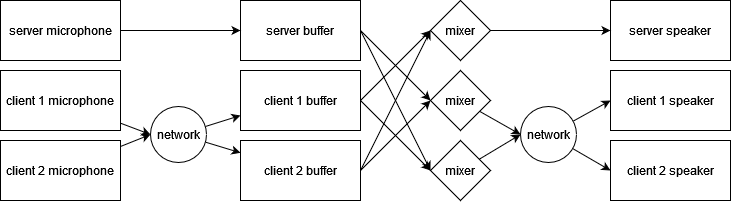
This is diagrams/audio_mixer.png from jacopograndi/thesis, a draw.io export, as it was before one commit. Source tidied: cells renumbered, new cells last; positions are measured from the earlier drawing's top-left corner, leaving out a move shared by most shapes.
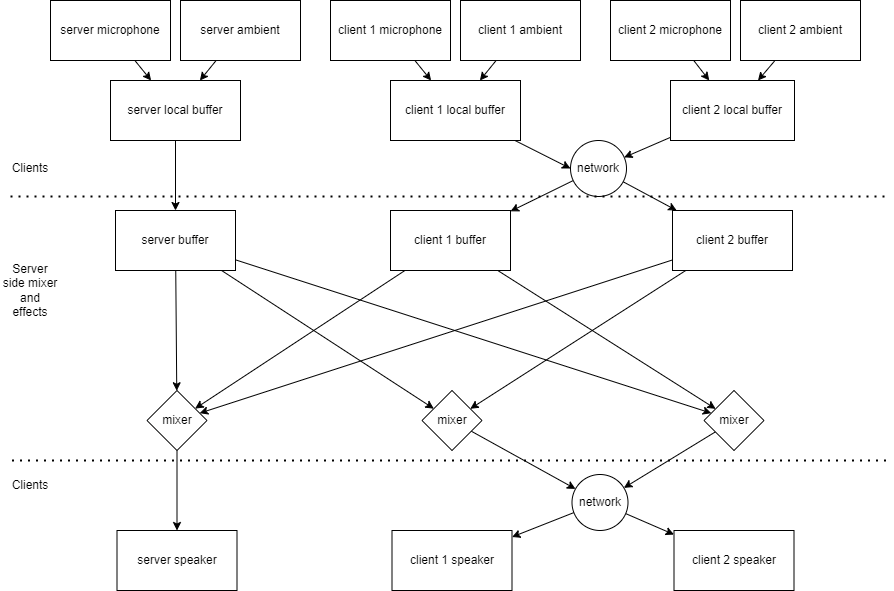
After the change.

Commit message:
audio, integration of traffic and radio, noise, conclusion addedndum and modification

The edit, as a diff of the source:
```diff
@@ -2,97 +2,155 @@
   <root>
     <mxCell id="0" />
     <mxCell id="1" parent="0" />
-    <mxCell id="2" style="edgeStyle=none;rounded=0;jettySize=auto;html=1;entryX=0;entryY=0.5;entryDx=0;entryDy=0;exitX=1;exitY=0.5;exitDx=0;exitDy=0;" parent="1" edge="1" source="4" target="27">
-      <mxGeometry relative="1" as="geometry" />
-    </mxCell>
-    <mxCell id="3" style="edgeStyle=none;rounded=0;jettySize=auto;html=1;entryX=0;entryY=0.5;entryDx=0;entryDy=0;exitX=1;exitY=0.5;exitDx=0;exitDy=0;" parent="1" edge="1" source="4" target="29">
+    <mxCell id="3" style="edgeStyle=none;rounded=0;jettySize=auto;html=1;" parent="1" edge="1" source="4" target="29">
       <mxGeometry relative="1" as="geometry" />
     </mxCell>
+    <mxCell id="32" style="edgeStyle=none;rounded=0;jettySize=auto;html=1;" parent="1" edge="1" source="4" target="31">
+      <mxGeometry relative="1" as="geometry" />
+    </mxCell>
     <mxCell id="4" value="client 1 buffer" style="rounded=0;whiteSpace=wrap;html=1;" parent="1" vertex="1">
-      <mxGeometry x="240" y="70" width="120" height="60" as="geometry" />
+      <mxGeometry x="450" y="-30" width="120" height="60" as="geometry" />
     </mxCell>
-    <mxCell id="5" style="edgeStyle=none;rounded=0;jettySize=auto;html=1;exitX=1;exitY=0.5;exitDx=0;exitDy=0;entryX=0;entryY=0.5;entryDx=0;entryDy=0;" parent="1" edge="1" source="7" target="31">
-      <mxGeometry relative="1" as="geometry" />
-    </mxCell>
-    <mxCell id="6" style="edgeStyle=none;rounded=0;jettySize=auto;html=1;entryX=0;entryY=0.5;entryDx=0;entryDy=0;" parent="1" edge="1" target="27">
-      <mxGeometry relative="1" as="geometry">
-        <mxPoint x="360" y="170" as="sourcePoint" />
-      </mxGeometry>
-    </mxCell>
+    <mxCell id="33" style="edgeStyle=none;rounded=0;jettySize=auto;html=1;" parent="1" edge="1" source="7" target="27">
+      <mxGeometry relative="1" as="geometry" />
+    </mxCell>
+    <mxCell id="34" style="edgeStyle=none;rounded=0;jettySize=auto;html=1;" parent="1" edge="1" source="7" target="29">
+      <mxGeometry relative="1" as="geometry" />
+    </mxCell>
     <mxCell id="7" value="client 2 buffer" style="rounded=0;whiteSpace=wrap;html=1;" parent="1" vertex="1">
-      <mxGeometry x="240" y="140" width="120" height="60" as="geometry" />
+      <mxGeometry x="732" y="-30" width="120" height="60" as="geometry" />
     </mxCell>
+    <mxCell id="35" style="edgeStyle=none;rounded=0;jettySize=auto;html=1;" parent="1" edge="1" source="10" target="27">
+      <mxGeometry relative="1" as="geometry" />
+    </mxCell>
-    <mxCell id="8" style="edgeStyle=none;rounded=0;jettySize=auto;html=1;entryX=0;entryY=0.5;entryDx=0;entryDy=0;exitX=1;exitY=0.5;exitDx=0;exitDy=0;" parent="1" edge="1" source="10" target="31">
+    <mxCell id="8" style="edgeStyle=none;rounded=0;jettySize=auto;html=1;" parent="1" edge="1" source="10" target="31">
       <mxGeometry relative="1" as="geometry" />
     </mxCell>
-    <mxCell id="9" style="edgeStyle=none;rounded=0;jettySize=auto;html=1;entryX=0;entryY=0.5;entryDx=0;entryDy=0;exitX=1;exitY=0.5;exitDx=0;exitDy=0;" parent="1" edge="1" source="10" target="29">
+    <mxCell id="9" style="edgeStyle=none;rounded=0;jettySize=auto;html=1;" parent="1" edge="1" source="10" target="29">
       <mxGeometry relative="1" as="geometry" />
     </mxCell>
     <mxCell id="10" value="server buffer" style="rounded=0;whiteSpace=wrap;html=1;" parent="1" vertex="1">
-      <mxGeometry x="240" width="120" height="60" as="geometry" />
+      <mxGeometry x="175" y="-30" width="120" height="60" as="geometry" />
     </mxCell>
     <mxCell id="11" style="edgeStyle=none;rounded=0;jettySize=auto;html=1;" parent="1" edge="1" source="12" target="10">
       <mxGeometry relative="1" as="geometry" />
     </mxCell>
-    <mxCell id="12" value="server microphone" style="rounded=0;whiteSpace=wrap;html=1;" parent="1" vertex="1">
-      <mxGeometry width="120" height="60" as="geometry" />
+    <mxCell id="12" value="server local buffer" style="rounded=0;whiteSpace=wrap;html=1;" parent="1" vertex="1">
+      <mxGeometry x="170" y="-160" width="130" height="60" as="geometry" />
     </mxCell>
-    <mxCell id="13" style="rounded=0;jettySize=auto;html=1;entryX=0;entryY=0.5;entryDx=0;entryDy=0;" parent="1" edge="1" source="14" target="22">
+    <mxCell id="13" style="edgeStyle=none;rounded=0;jettySize=auto;html=1;" parent="1" edge="1" source="14" target="22">
       <mxGeometry relative="1" as="geometry" />
     </mxCell>
-    <mxCell id="14" value="client 2 microphone" style="rounded=0;whiteSpace=wrap;html=1;" parent="1" vertex="1">
-      <mxGeometry y="140" width="120" height="60" as="geometry" />
+    <mxCell id="14" value="client 2 local buffer" style="rounded=0;whiteSpace=wrap;html=1;" parent="1" vertex="1">
+      <mxGeometry x="730" y="-160" width="124" height="60" as="geometry" />
     </mxCell>
     <mxCell id="15" style="rounded=0;jettySize=auto;html=1;entryX=0;entryY=0.5;entryDx=0;entryDy=0;" parent="1" edge="1" source="16" target="22">
       <mxGeometry relative="1" as="geometry" />
     </mxCell>
-    <mxCell id="16" value="client 1 microphone" style="rounded=0;whiteSpace=wrap;html=1;" parent="1" vertex="1">
-      <mxGeometry y="70" width="120" height="60" as="geometry" />
+    <mxCell id="16" value="client 1 local buffer" style="rounded=0;whiteSpace=wrap;html=1;" parent="1" vertex="1">
+      <mxGeometry x="450" y="-160" width="130" height="60" as="geometry" />
     </mxCell>
     <mxCell id="17" value="server speaker" style="rounded=0;whiteSpace=wrap;html=1;" parent="1" vertex="1">
-      <mxGeometry x="610" width="120" height="60" as="geometry" />
+      <mxGeometry x="176.5" y="290" width="120" height="60" as="geometry" />
     </mxCell>
     <mxCell id="18" value="client 1 speaker" style="rounded=0;whiteSpace=wrap;html=1;" parent="1" vertex="1">
-      <mxGeometry x="610" y="70" width="120" height="60" as="geometry" />
+      <mxGeometry x="451.5" y="290" width="120" height="60" as="geometry" />
     </mxCell>
     <mxCell id="19" value="&lt;div&gt;client 2 speaker&lt;/div&gt;" style="rounded=0;whiteSpace=wrap;html=1;" parent="1" vertex="1">
-      <mxGeometry x="610" y="140" width="120" height="60" as="geometry" />
+      <mxGeometry x="733.5" y="290" width="120" height="60" as="geometry" />
     </mxCell>
     <mxCell id="20" style="edgeStyle=none;rounded=0;jettySize=auto;html=1;" parent="1" edge="1" source="22" target="7">
       <mxGeometry relative="1" as="geometry" />
     </mxCell>
-    <mxCell id="21" style="edgeStyle=none;rounded=0;jettySize=auto;html=1;entryX=0;entryY=0.75;entryDx=0;entryDy=0;" parent="1" edge="1" source="22" target="4">
+    <mxCell id="21" style="rounded=0;jettySize=auto;html=1;" parent="1" edge="1" source="22" target="4">
       <mxGeometry relative="1" as="geometry" />
     </mxCell>
     <mxCell id="22" value="network" style="ellipse;whiteSpace=wrap;html=1;" parent="1" vertex="1">
-      <mxGeometry x="150" y="106" width="56" height="56" as="geometry" />
+      <mxGeometry x="630" y="-100" width="56" height="56" as="geometry" />
     </mxCell>
-    <mxCell id="23" style="edgeStyle=none;rounded=0;jettySize=auto;html=1;entryX=0;entryY=0.5;entryDx=0;entryDy=0;" parent="1" edge="1" source="25" target="18">
+    <mxCell id="23" style="edgeStyle=none;rounded=0;jettySize=auto;html=1;" parent="1" edge="1" source="25" target="18">
       <mxGeometry relative="1" as="geometry" />
     </mxCell>
-    <mxCell id="24" style="edgeStyle=none;rounded=0;jettySize=auto;html=1;entryX=0;entryY=0.5;entryDx=0;entryDy=0;" parent="1" edge="1" source="25" target="19">
+    <mxCell id="24" style="edgeStyle=none;rounded=0;jettySize=auto;html=1;" parent="1" edge="1" source="25" target="19">
       <mxGeometry relative="1" as="geometry" />
     </mxCell>
     <mxCell id="25" value="network" style="ellipse;whiteSpace=wrap;html=1;" parent="1" vertex="1">
-      <mxGeometry x="520" y="106" width="56" height="56" as="geometry" />
+      <mxGeometry x="631.5" y="234" width="56" height="56" as="geometry" />
     </mxCell>
-    <mxCell id="26" style="edgeStyle=none;rounded=0;jettySize=auto;html=1;" parent="1" edge="1" source="27" target="17">
-      <mxGeometry relative="1" as="geometry" />
-    </mxCell>
-    <mxCell id="27" value="mixer" style="rhombus;whiteSpace=wrap;html=1;" parent="1" vertex="1">
-      <mxGeometry x="430" width="60" height="60" as="geometry" />
-    </mxCell>
-    <mxCell id="28" style="edgeStyle=none;rounded=0;jettySize=auto;html=1;entryX=0;entryY=0.5;entryDx=0;entryDy=0;" parent="1" edge="1" source="29" target="25">
-      <mxGeometry relative="1" as="geometry" />
-    </mxCell>
+    <mxCell id="36" style="edgeStyle=none;rounded=0;jettySize=auto;html=1;" parent="1" edge="1" source="29" target="17">
+      <mxGeometry relative="1" as="geometry" />
+    </mxCell>
     <mxCell id="29" value="mixer" style="rhombus;whiteSpace=wrap;html=1;" parent="1" vertex="1">
-      <mxGeometry x="430" y="140" width="60" height="60" as="geometry" />
+      <mxGeometry x="206.5" y="150" width="60" height="60" as="geometry" />
     </mxCell>
-    <mxCell id="30" style="edgeStyle=none;rounded=0;jettySize=auto;html=1;entryX=0;entryY=0.5;entryDx=0;entryDy=0;" parent="1" edge="1" source="31" target="25">
+    <mxCell id="30" style="edgeStyle=none;rounded=0;jettySize=auto;html=1;" parent="1" edge="1" source="31" target="25">
       <mxGeometry relative="1" as="geometry" />
     </mxCell>
     <mxCell id="31" value="mixer" style="rhombus;whiteSpace=wrap;html=1;" parent="1" vertex="1">
-      <mxGeometry x="430" y="70" width="60" height="60" as="geometry" />
+      <mxGeometry x="763.5" y="150" width="60" height="60" as="geometry" />
     </mxCell>
+    <mxCell id="37" style="edgeStyle=none;rounded=0;jettySize=auto;html=1;" parent="1" edge="1" source="38" target="12">
+      <mxGeometry relative="1" as="geometry" />
+    </mxCell>
+    <mxCell id="38" value="server microphone" style="rounded=0;whiteSpace=wrap;html=1;" parent="1" vertex="1">
+      <mxGeometry x="110" y="-240" width="120" height="60" as="geometry" />
+    </mxCell>
+    <mxCell id="39" style="edgeStyle=none;rounded=0;jettySize=auto;html=1;" parent="1" edge="1" source="40" target="12">
+      <mxGeometry relative="1" as="geometry" />
+    </mxCell>
+    <mxCell id="40" value="server ambient" style="rounded=0;whiteSpace=wrap;html=1;" parent="1" vertex="1">
+      <mxGeometry x="240" y="-240" width="120" height="60" as="geometry" />
+    </mxCell>
+    <mxCell id="41" style="edgeStyle=none;rounded=0;jettySize=auto;html=1;" parent="1" edge="1" source="42" target="16">
+      <mxGeometry relative="1" as="geometry" />
+    </mxCell>
+    <mxCell id="42" value="client 1 microphone" style="rounded=0;whiteSpace=wrap;html=1;" parent="1" vertex="1">
+      <mxGeometry x="390" y="-240" width="120" height="60" as="geometry" />
+    </mxCell>
+    <mxCell id="43" style="edgeStyle=none;rounded=0;jettySize=auto;html=1;" parent="1" edge="1" source="44" target="16">
+      <mxGeometry relative="1" as="geometry" />
+    </mxCell>
+    <mxCell id="44" value="client 1 ambient" style="rounded=0;whiteSpace=wrap;html=1;" parent="1" vertex="1">
+      <mxGeometry x="520" y="-240" width="120" height="60" as="geometry" />
+    </mxCell>
+    <mxCell id="45" style="edgeStyle=none;rounded=0;jettySize=auto;html=1;" parent="1" edge="1" source="46" target="14">
+      <mxGeometry relative="1" as="geometry" />
+    </mxCell>
+    <mxCell id="46" value="client 2 microphone" style="rounded=0;whiteSpace=wrap;html=1;" parent="1" vertex="1">
+      <mxGeometry x="670" y="-240" width="120" height="60" as="geometry" />
+    </mxCell>
+    <mxCell id="47" style="edgeStyle=none;rounded=0;jettySize=auto;html=1;" parent="1" edge="1" source="48" target="14">
+      <mxGeometry relative="1" as="geometry" />
+    </mxCell>
+    <mxCell id="48" value="client 2 ambient" style="rounded=0;whiteSpace=wrap;html=1;" parent="1" vertex="1">
+      <mxGeometry x="800" y="-240" width="120" height="60" as="geometry" />
+    </mxCell>
+    <mxCell id="49" style="edgeStyle=none;rounded=0;jettySize=auto;html=1;" parent="1" edge="1" source="27" target="25">
+      <mxGeometry relative="1" as="geometry" />
+    </mxCell>
+    <mxCell id="27" value="mixer" style="rhombus;whiteSpace=wrap;html=1;" parent="1" vertex="1">
+      <mxGeometry x="481.5" y="150" width="60" height="60" as="geometry" />
+    </mxCell>
+    <mxCell id="50" style="endArrow=none;dashed=1;html=1;dashPattern=1 3;strokeWidth=2;rounded=0;" parent="1" edge="1">
+      <mxGeometry relative="1" as="geometry">
+        <mxPoint x="70" y="-44" as="sourcePoint" />
+        <mxPoint x="950" y="-44" as="targetPoint" />
+      </mxGeometry>
+    </mxCell>
+    <mxCell id="51" style="endArrow=none;dashed=1;html=1;dashPattern=1 3;strokeWidth=2;rounded=0;" parent="1" edge="1">
+      <mxGeometry relative="1" as="geometry">
+        <mxPoint x="71.5" y="220" as="sourcePoint" />
+        <mxPoint x="951.5" y="220" as="targetPoint" />
+      </mxGeometry>
+    </mxCell>
+    <mxCell id="52" value="Server side mixer and effects" style="text;html=1;strokeColor=none;fillColor=none;align=center;verticalAlign=middle;whiteSpace=wrap;rounded=0;" parent="1" vertex="1">
+      <mxGeometry x="60" y="20" width="60" height="60" as="geometry" />
+    </mxCell>
+    <mxCell id="53" value="Clients" style="text;html=1;strokeColor=none;fillColor=none;align=center;verticalAlign=middle;whiteSpace=wrap;rounded=0;" parent="1" vertex="1">
+      <mxGeometry x="60" y="-87" width="60" height="30" as="geometry" />
+    </mxCell>
+    <mxCell id="54" value="Clients" style="text;html=1;strokeColor=none;fillColor=none;align=center;verticalAlign=middle;whiteSpace=wrap;rounded=0;" parent="1" vertex="1">
+      <mxGeometry x="60" y="230" width="60" height="30" as="geometry" />
+    </mxCell>
   </root>
 </mxGraphModel>
```
